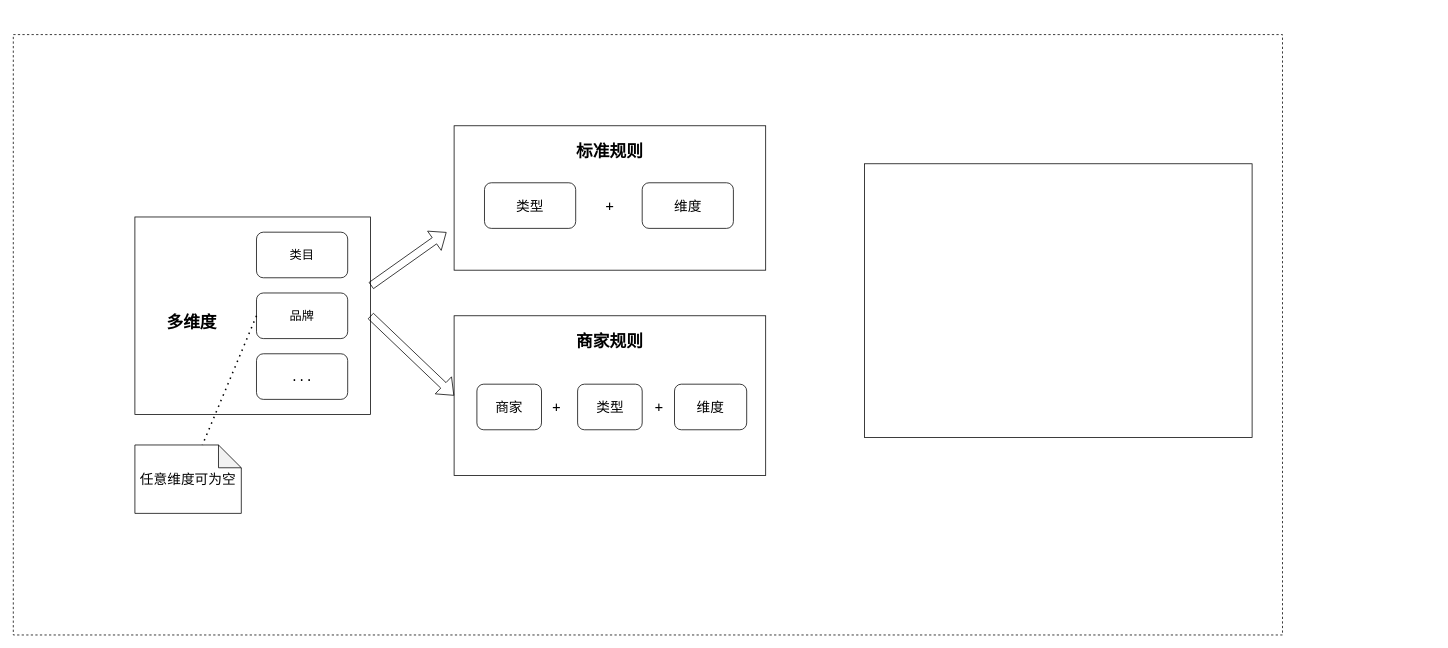
This is 维度+时间版本规则匹配.drawio from RubberBoy/some, a draw.io file, before an edit. Source tidied: cells renumbered, new cells numbered last; positions are measured from the earlier drawing's top-left corner, leaving out a move shared by most shapes. Both pictures are drawn from the tidied source at 76%, with x=0, y=0 at pixel (13, 34).
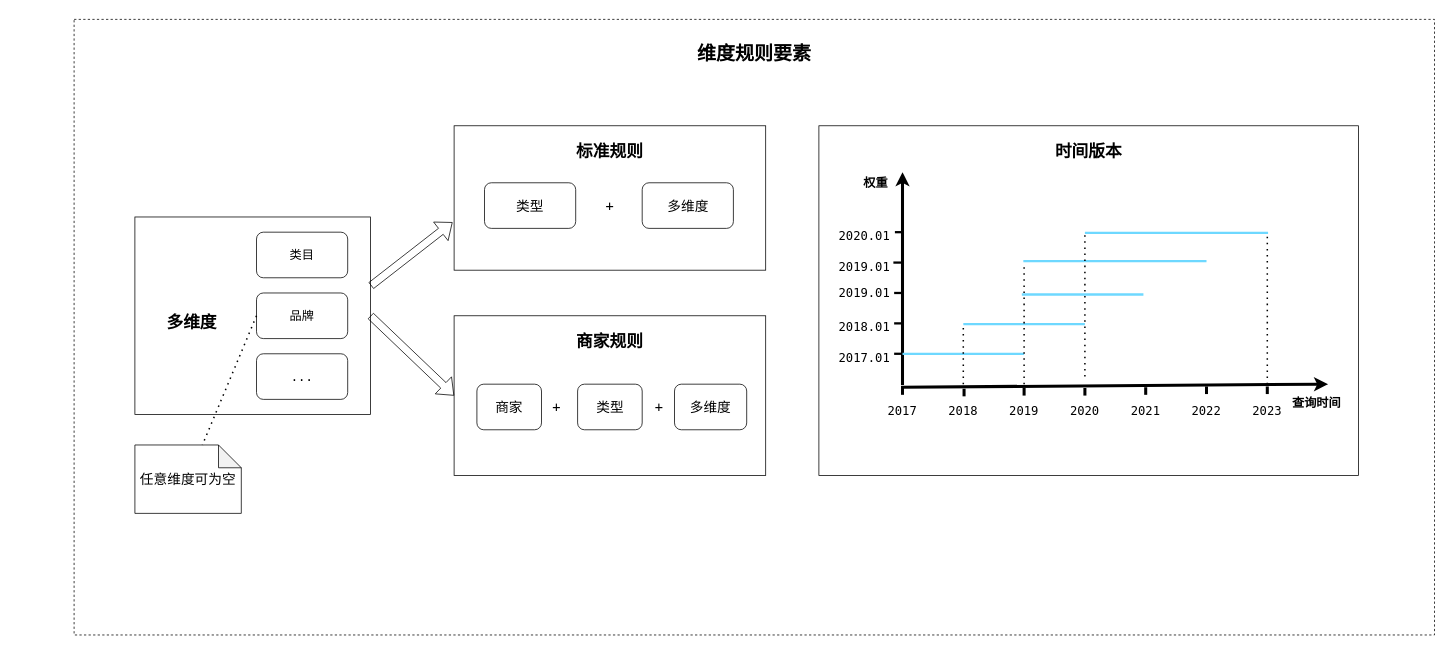
Above is the later version.

Commit message:
更新维度+时间版本规则匹配.drawio

Unchanged cells that the change refers to:
```xml
<mxCell id="3" style="rounded=0;whiteSpace=wrap;html=1;fontFamily=Menlo;" parent="1" vertex="1">
  <mxGeometry x="160" y="240" width="310" height="260" as="geometry" />
</mxCell>
<mxCell id="10" style="rounded=0;whiteSpace=wrap;html=1;fontFamily=Menlo;fontSize=18;" parent="1" vertex="1">
  <mxGeometry x="580" y="120" width="410" height="190" as="geometry" />
</mxCell>
```

The edit, as a diff of the source:
```diff
@@
     <mxCell id="2" style="rounded=0;whiteSpace=wrap;html=1;dashed=1;fontFamily=Menlo;" parent="1" vertex="1">
-      <mxGeometry width="1670" height="790" as="geometry" />
+      <mxGeometry x="80" y="-20" width="1790" height="810" as="geometry" />
     </mxCell>
@@
-    <mxCell id="15" value="维度" style="rounded=1;whiteSpace=wrap;html=1;fontFamily=Menlo;fontSize=18;" parent="1" vertex="1">
+    <mxCell id="15" value="多维度" style="rounded=1;whiteSpace=wrap;html=1;fontFamily=Menlo;fontSize=18;" parent="1" vertex="1">
       <mxGeometry x="827.5" y="195" width="120" height="60" as="geometry" />
     </mxCell>
@@
-    <mxCell id="18" value="维度" style="rounded=1;whiteSpace=wrap;html=1;fontFamily=Menlo;fontSize=18;" parent="1" vertex="1">
+    <mxCell id="18" value="多维度" style="rounded=1;whiteSpace=wrap;html=1;fontFamily=Menlo;fontSize=18;" parent="1" vertex="1">
       <mxGeometry x="870" y="460" width="95" height="60" as="geometry" />
     </mxCell>
@@
-    <mxCell id="22" style="shape=flexArrow;endArrow=classic;html=1;rounded=0;fontFamily=Menlo;fontSize=18;exitX=1.002;exitY=0.348;exitDx=0;exitDy=0;exitPerimeter=0;" parent="1" edge="1" source="3">
-      <mxGeometry relative="1" as="geometry">
-        <mxPoint x="570" y="260" as="targetPoint" />
-      </mxGeometry>
+    <mxCell id="22" style="shape=flexArrow;endArrow=classic;html=1;rounded=0;fontFamily=Menlo;fontSize=18;exitX=1.002;exitY=0.348;exitDx=0;exitDy=0;exitPerimeter=0;entryX=-0.005;entryY=0.668;entryDx=0;entryDy=0;entryPerimeter=0;" parent="1" edge="1" source="3" target="10">
+      <mxGeometry relative="1" as="geometry" />
     </mxCell>
@@
     <mxCell id="24" style="rounded=0;whiteSpace=wrap;html=1;fontFamily=Menlo;fontSize=22;" parent="1" vertex="1">
-      <mxGeometry x="1120" y="170" width="510" height="360" as="geometry" />
+      <mxGeometry x="1060" y="120" width="710" height="460" as="geometry" />
     </mxCell>
+    <mxCell id="25" style="endArrow=classic;html=1;rounded=0;strokeWidth=4;fontFamily=Menlo;fontSize=22;" parent="1" edge="1">
+      <mxGeometry relative="1" as="geometry">
+        <mxPoint x="1168" y="464" as="sourcePoint" />
+        <mxPoint x="1730" y="460" as="targetPoint" />
+      </mxGeometry>
+    </mxCell>
+    <mxCell id="26" style="endArrow=none;html=1;rounded=0;strokeWidth=4;fontFamily=Menlo;fontSize=22;" parent="1" edge="1">
+      <mxGeometry relative="1" as="geometry">
+        <mxPoint x="1170" y="464" as="sourcePoint" />
+        <mxPoint x="1170" y="474" as="targetPoint" />
+      </mxGeometry>
+    </mxCell>
+    <mxCell id="27" style="endArrow=none;html=1;rounded=0;strokeWidth=4;fontFamily=Menlo;fontSize=22;" parent="1" edge="1">
+      <mxGeometry relative="1" as="geometry">
+        <mxPoint x="1251" y="466" as="sourcePoint" />
+        <mxPoint x="1251" y="476" as="targetPoint" />
+      </mxGeometry>
+    </mxCell>
+    <mxCell id="28" style="endArrow=none;html=1;rounded=0;strokeWidth=4;fontFamily=Menlo;fontSize=22;" parent="1" edge="1">
+      <mxGeometry relative="1" as="geometry">
+        <mxPoint x="1330" y="465" as="sourcePoint" />
+        <mxPoint x="1330" y="475" as="targetPoint" />
+      </mxGeometry>
+    </mxCell>
+    <mxCell id="29" style="endArrow=none;html=1;rounded=0;strokeWidth=4;fontFamily=Menlo;fontSize=22;" parent="1" edge="1">
+      <mxGeometry relative="1" as="geometry">
+        <mxPoint x="1410" y="465" as="sourcePoint" />
+        <mxPoint x="1410" y="475" as="targetPoint" />
+      </mxGeometry>
+    </mxCell>
+    <mxCell id="30" style="endArrow=none;html=1;rounded=0;strokeWidth=4;fontFamily=Menlo;fontSize=22;" parent="1" edge="1">
+      <mxGeometry relative="1" as="geometry">
+        <mxPoint x="1490" y="464" as="sourcePoint" />
+        <mxPoint x="1490" y="474" as="targetPoint" />
+      </mxGeometry>
+    </mxCell>
+    <mxCell id="31" style="endArrow=none;html=1;rounded=0;strokeWidth=4;fontFamily=Menlo;fontSize=22;" parent="1" edge="1">
+      <mxGeometry relative="1" as="geometry">
+        <mxPoint x="1570" y="463" as="sourcePoint" />
+        <mxPoint x="1570" y="473" as="targetPoint" />
+      </mxGeometry>
+    </mxCell>
+    <mxCell id="32" style="endArrow=none;html=1;rounded=0;strokeWidth=4;fontFamily=Menlo;fontSize=22;" parent="1" edge="1">
+      <mxGeometry relative="1" as="geometry">
+        <mxPoint x="1650" y="463" as="sourcePoint" />
+        <mxPoint x="1650" y="473" as="targetPoint" />
+      </mxGeometry>
+    </mxCell>
+    <mxCell id="33" style="endArrow=classic;html=1;rounded=0;strokeWidth=4;fontFamily=Menlo;fontSize=22;" parent="1" edge="1">
+      <mxGeometry relative="1" as="geometry">
+        <mxPoint x="1170" y="461" as="sourcePoint" />
+        <mxPoint x="1170" y="181" as="targetPoint" />
+      </mxGeometry>
+    </mxCell>
+    <mxCell id="34" style="endArrow=none;html=1;rounded=0;strokeWidth=3;fontFamily=Menlo;fontSize=22;strokeColor=#6ED8FF;" parent="1" edge="1">
+      <mxGeometry relative="1" as="geometry">
+        <mxPoint x="1170" y="420" as="sourcePoint" />
+        <mxPoint x="1330" y="420" as="targetPoint" />
+      </mxGeometry>
+    </mxCell>
+    <mxCell id="35" value="权重" style="text;html=1;strokeColor=none;fillColor=none;align=center;verticalAlign=middle;whiteSpace=wrap;rounded=0;fontFamily=Menlo;fontSize=16;fontStyle=1;" parent="1" vertex="1">
+      <mxGeometry x="1110" y="180" width="50" height="30" as="geometry" />
+    </mxCell>
+    <mxCell id="36" value="查询时间" style="text;html=1;strokeColor=none;fillColor=none;align=center;verticalAlign=middle;whiteSpace=wrap;rounded=0;fontFamily=Menlo;fontSize=16;fontStyle=1;" parent="1" vertex="1">
+      <mxGeometry x="1670" y="470" width="90" height="30" as="geometry" />
+    </mxCell>
+    <mxCell id="37" style="endArrow=none;html=1;rounded=0;strokeWidth=3;fontFamily=Menlo;fontSize=22;strokeColor=#6ED8FF;" parent="1" edge="1">
+      <mxGeometry relative="1" as="geometry">
+        <mxPoint x="1250" y="381" as="sourcePoint" />
+        <mxPoint x="1410" y="381" as="targetPoint" />
+      </mxGeometry>
+    </mxCell>
+    <mxCell id="38" style="endArrow=none;html=1;rounded=0;strokeWidth=3;fontFamily=Menlo;fontSize=22;strokeColor=#6ED8FF;" parent="1" edge="1">
+      <mxGeometry relative="1" as="geometry">
+        <mxPoint x="1327" y="342" as="sourcePoint" />
+        <mxPoint x="1487" y="342" as="targetPoint" />
+      </mxGeometry>
+    </mxCell>
+    <mxCell id="39" style="endArrow=none;html=1;rounded=0;strokeWidth=3;fontFamily=Menlo;fontSize=22;strokeColor=#6ED8FF;" parent="1" edge="1">
+      <mxGeometry relative="1" as="geometry">
+        <mxPoint x="1329" y="298" as="sourcePoint" />
+        <mxPoint x="1570" y="298" as="targetPoint" />
+      </mxGeometry>
+    </mxCell>
+    <mxCell id="40" style="endArrow=none;html=1;rounded=0;strokeWidth=3;fontFamily=Menlo;fontSize=22;strokeColor=#6ED8FF;" parent="1" edge="1">
+      <mxGeometry relative="1" as="geometry">
+        <mxPoint x="1410" y="261" as="sourcePoint" />
+        <mxPoint x="1651" y="261" as="targetPoint" />
+      </mxGeometry>
+    </mxCell>
+    <mxCell id="41" style="endArrow=none;dashed=1;html=1;dashPattern=1 3;strokeWidth=2;rounded=0;fontFamily=Menlo;fontSize=16;" parent="1" edge="1">
+      <mxGeometry relative="1" as="geometry">
+        <mxPoint x="1250" y="460" as="sourcePoint" />
+        <mxPoint x="1250" y="380" as="targetPoint" />
+      </mxGeometry>
+    </mxCell>
+    <mxCell id="42" style="endArrow=none;dashed=1;html=1;dashPattern=1 3;strokeWidth=2;rounded=0;fontFamily=Menlo;fontSize=16;" parent="1" edge="1">
+      <mxGeometry relative="1" as="geometry">
+        <mxPoint x="1330" y="460" as="sourcePoint" />
+        <mxPoint x="1330" y="300" as="targetPoint" />
+      </mxGeometry>
+    </mxCell>
+    <mxCell id="43" style="endArrow=none;dashed=1;html=1;dashPattern=1 3;strokeWidth=2;rounded=0;fontFamily=Menlo;fontSize=16;" parent="1" edge="1">
+      <mxGeometry relative="1" as="geometry">
+        <mxPoint x="1410" y="450" as="sourcePoint" />
+        <mxPoint x="1410" y="260" as="targetPoint" />
+      </mxGeometry>
+    </mxCell>
+    <mxCell id="44" style="endArrow=none;dashed=1;html=1;dashPattern=1 3;strokeWidth=2;rounded=0;fontFamily=Menlo;fontSize=16;" parent="1" edge="1">
+      <mxGeometry relative="1" as="geometry">
+        <mxPoint x="1650" y="460" as="sourcePoint" />
+        <mxPoint x="1650" y="260" as="targetPoint" />
+      </mxGeometry>
+    </mxCell>
+    <mxCell id="45" value="2017" style="text;html=1;strokeColor=none;fillColor=none;align=center;verticalAlign=middle;whiteSpace=wrap;rounded=0;fontFamily=Menlo;fontSize=16;" parent="1" vertex="1">
+      <mxGeometry x="1140" y="480" width="60" height="30" as="geometry" />
+    </mxCell>
+    <mxCell id="46" value="2018" style="text;html=1;strokeColor=none;fillColor=none;align=center;verticalAlign=middle;whiteSpace=wrap;rounded=0;fontFamily=Menlo;fontSize=16;" parent="1" vertex="1">
+      <mxGeometry x="1220" y="480" width="60" height="30" as="geometry" />
+    </mxCell>
+    <mxCell id="47" value="2019" style="text;html=1;strokeColor=none;fillColor=none;align=center;verticalAlign=middle;whiteSpace=wrap;rounded=0;fontFamily=Menlo;fontSize=16;" parent="1" vertex="1">
+      <mxGeometry x="1300" y="480" width="60" height="30" as="geometry" />
+    </mxCell>
+    <mxCell id="48" value="2020" style="text;html=1;strokeColor=none;fillColor=none;align=center;verticalAlign=middle;whiteSpace=wrap;rounded=0;fontFamily=Menlo;fontSize=16;" parent="1" vertex="1">
+      <mxGeometry x="1380" y="480" width="60" height="30" as="geometry" />
+    </mxCell>
+    <mxCell id="49" value="2021" style="text;html=1;strokeColor=none;fillColor=none;align=center;verticalAlign=middle;whiteSpace=wrap;rounded=0;fontFamily=Menlo;fontSize=16;" parent="1" vertex="1">
+      <mxGeometry x="1460" y="480" width="60" height="30" as="geometry" />
+    </mxCell>
+    <mxCell id="50" value="2022" style="text;html=1;strokeColor=none;fillColor=none;align=center;verticalAlign=middle;whiteSpace=wrap;rounded=0;fontFamily=Menlo;fontSize=16;" parent="1" vertex="1">
+      <mxGeometry x="1540" y="480" width="60" height="30" as="geometry" />
+    </mxCell>
+    <mxCell id="51" value="2023" style="text;html=1;strokeColor=none;fillColor=none;align=center;verticalAlign=middle;whiteSpace=wrap;rounded=0;fontFamily=Menlo;fontSize=16;" parent="1" vertex="1">
+      <mxGeometry x="1620" y="480" width="60" height="30" as="geometry" />
+    </mxCell>
+    <mxCell id="52" style="endArrow=none;html=1;rounded=0;strokeColor=#000000;strokeWidth=3;fontFamily=Menlo;fontSize=16;" parent="1" edge="1">
+      <mxGeometry relative="1" as="geometry">
+        <mxPoint x="1159" y="420" as="sourcePoint" />
+        <mxPoint x="1169" y="420" as="targetPoint" />
+      </mxGeometry>
+    </mxCell>
+    <mxCell id="53" style="endArrow=none;html=1;rounded=0;strokeColor=#000000;strokeWidth=3;fontFamily=Menlo;fontSize=16;" parent="1" edge="1">
+      <mxGeometry relative="1" as="geometry">
+        <mxPoint x="1159" y="380" as="sourcePoint" />
+        <mxPoint x="1169" y="380" as="targetPoint" />
+      </mxGeometry>
+    </mxCell>
+    <mxCell id="54" style="endArrow=none;html=1;rounded=0;strokeColor=#000000;strokeWidth=3;fontFamily=Menlo;fontSize=16;" parent="1" edge="1">
+      <mxGeometry relative="1" as="geometry">
+        <mxPoint x="1159" y="340" as="sourcePoint" />
+        <mxPoint x="1169" y="340" as="targetPoint" />
+      </mxGeometry>
+    </mxCell>
+    <mxCell id="55" style="endArrow=none;html=1;rounded=0;strokeColor=#000000;strokeWidth=3;fontFamily=Menlo;fontSize=16;" parent="1" edge="1">
+      <mxGeometry relative="1" as="geometry">
+        <mxPoint x="1158" y="300" as="sourcePoint" />
+        <mxPoint x="1168" y="300" as="targetPoint" />
+      </mxGeometry>
+    </mxCell>
+    <mxCell id="56" style="endArrow=none;html=1;rounded=0;strokeColor=#000000;strokeWidth=3;fontFamily=Menlo;fontSize=16;" parent="1" edge="1">
+      <mxGeometry relative="1" as="geometry">
+        <mxPoint x="1160" y="260" as="sourcePoint" />
+        <mxPoint x="1170" y="260" as="targetPoint" />
+      </mxGeometry>
+    </mxCell>
+    <mxCell id="57" value="2017.01" style="text;html=1;strokeColor=none;fillColor=none;align=center;verticalAlign=middle;whiteSpace=wrap;rounded=0;fontFamily=Menlo;fontSize=16;" parent="1" vertex="1">
+      <mxGeometry x="1090" y="410" width="60" height="30" as="geometry" />
+    </mxCell>
+    <mxCell id="58" value="2018.01" style="text;html=1;strokeColor=none;fillColor=none;align=center;verticalAlign=middle;whiteSpace=wrap;rounded=0;fontFamily=Menlo;fontSize=16;" parent="1" vertex="1">
+      <mxGeometry x="1090" y="370" width="60" height="30" as="geometry" />
+    </mxCell>
+    <mxCell id="59" value="2019.01" style="text;html=1;strokeColor=none;fillColor=none;align=center;verticalAlign=middle;whiteSpace=wrap;rounded=0;fontFamily=Menlo;fontSize=16;" parent="1" vertex="1">
+      <mxGeometry x="1090" y="325" width="60" height="30" as="geometry" />
+    </mxCell>
+    <mxCell id="60" value="2019.01" style="text;html=1;strokeColor=none;fillColor=none;align=center;verticalAlign=middle;whiteSpace=wrap;rounded=0;fontFamily=Menlo;fontSize=16;" parent="1" vertex="1">
+      <mxGeometry x="1090" y="290" width="60" height="30" as="geometry" />
+    </mxCell>
+    <mxCell id="61" value="2020.01" style="text;html=1;strokeColor=none;fillColor=none;align=center;verticalAlign=middle;whiteSpace=wrap;rounded=0;fontFamily=Menlo;fontSize=16;" parent="1" vertex="1">
+      <mxGeometry x="1090" y="250" width="60" height="30" as="geometry" />
+    </mxCell>
+    <mxCell id="62" value="&lt;font style=&quot;font-size: 22px;&quot;&gt;&lt;b&gt;时间版本&lt;/b&gt;&lt;/font&gt;" style="text;html=1;strokeColor=none;fillColor=none;align=center;verticalAlign=middle;whiteSpace=wrap;rounded=0;fontFamily=Menlo;fontSize=16;" parent="1" vertex="1">
+      <mxGeometry x="1370" y="140" width="90" height="30" as="geometry" />
+    </mxCell>
+    <mxCell id="63" style="edgeStyle=none;rounded=0;orthogonalLoop=1;jettySize=auto;html=1;exitX=0;exitY=0;exitDx=0;exitDy=0;strokeColor=#000000;strokeWidth=3;fontFamily=Menlo;fontSize=22;" parent="1" edge="1" source="2" target="2">
+      <mxGeometry relative="1" as="geometry" />
+    </mxCell>
+    <mxCell id="64" value="维度规则要素" style="text;html=1;strokeColor=none;fillColor=none;align=center;verticalAlign=middle;whiteSpace=wrap;rounded=0;fontFamily=Menlo;fontSize=25;fontStyle=1;" parent="1" vertex="1">
+      <mxGeometry x="891.2" y="10" width="167.5" height="30" as="geometry" />
+    </mxCell>
```
